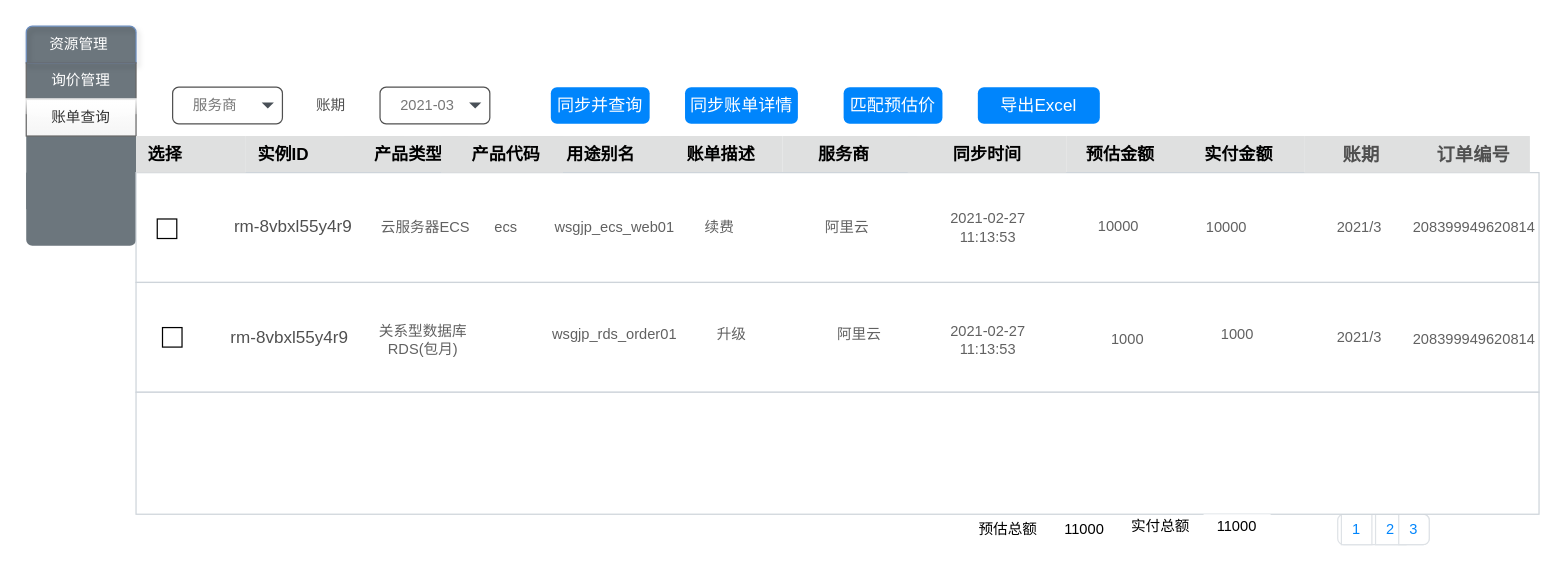
Before: page "账单查询" (3 of 10) of 阿里云交易.drawio in mashifei/uml, a draw.io diagram. Source tidied: cells renumbered, new cells numbered last; positions are measured from the earlier drawing's top-left corner, leaving out a move shared by most shapes. Both pictures are drawn from the tidied source at 122%, with x=0, y=0 at pixel (26, 26).
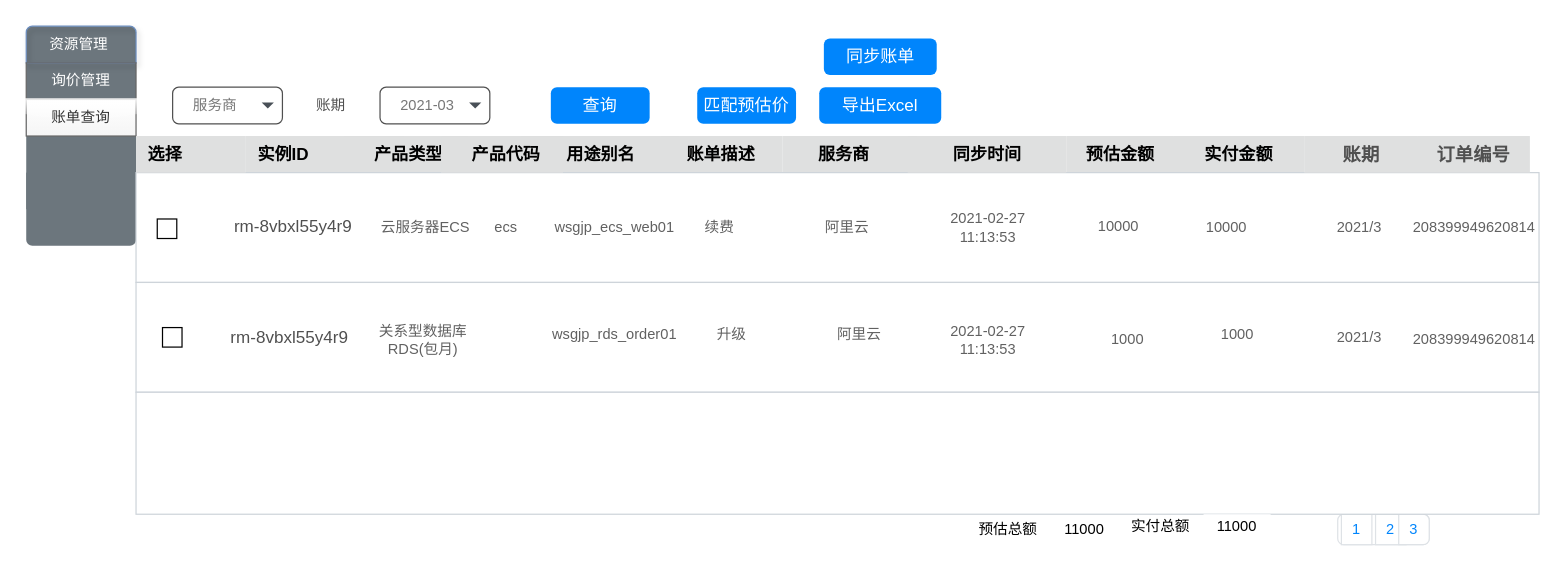
The same page after the edit.

Commit message:
更新阿里云交易.drawio

What changed in the source:
```diff
@@
-    <mxCell id="57" value="同步并查询" style="html=1;shadow=0;dashed=0;shape=mxgraph.bootstrap.rrect;rSize=5;strokeColor=none;strokeWidth=1;fillColor=#0085FC;fontColor=#FFFFFF;whiteSpace=wrap;align=center;verticalAlign=middle;spacingLeft=0;fontStyle=0;fontSize=14;spacing=5;rounded=0;sketch=0;" parent="1" vertex="1">
+    <mxCell id="57" value="查询" style="html=1;shadow=0;dashed=0;shape=mxgraph.bootstrap.rrect;rSize=5;strokeColor=none;strokeWidth=1;fillColor=#0085FC;fontColor=#FFFFFF;whiteSpace=wrap;align=center;verticalAlign=middle;spacingLeft=0;fontStyle=0;fontSize=14;spacing=5;rounded=0;sketch=0;" parent="1" vertex="1">
       <mxGeometry x="430" y="50" width="81" height="30" as="geometry" />
     </mxCell>
     <mxCell id="58" value="匹配预估价" style="html=1;shadow=0;dashed=0;shape=mxgraph.bootstrap.rrect;rSize=5;strokeColor=none;strokeWidth=1;fillColor=#0085FC;fontColor=#FFFFFF;whiteSpace=wrap;align=center;verticalAlign=middle;spacingLeft=0;fontStyle=0;fontSize=14;spacing=5;rounded=0;sketch=0;" parent="1" vertex="1">
-      <mxGeometry x="670" y="50" width="81" height="30" as="geometry" />
+      <mxGeometry x="550" y="50" width="81" height="30" as="geometry" />
     </mxCell>
     <mxCell id="59" value="导出Excel" style="html=1;shadow=0;dashed=0;shape=mxgraph.bootstrap.rrect;rSize=5;strokeColor=none;strokeWidth=1;fillColor=#0085FC;fontColor=#FFFFFF;whiteSpace=wrap;align=center;verticalAlign=middle;spacingLeft=0;fontStyle=0;fontSize=14;spacing=5;rounded=0;sketch=0;" parent="1" vertex="1">
-      <mxGeometry x="780" y="50" width="100" height="30" as="geometry" />
+      <mxGeometry x="650" y="50" width="100" height="30" as="geometry" />
     </mxCell>
-    <mxCell id="60" value="同步账单详情" style="html=1;shadow=0;dashed=0;shape=mxgraph.bootstrap.rrect;rSize=5;strokeColor=none;strokeWidth=1;fillColor=#0085FC;fontColor=#FFFFFF;whiteSpace=wrap;align=center;verticalAlign=middle;spacingLeft=0;fontStyle=0;fontSize=14;spacing=5;rounded=0;sketch=0;" parent="1" vertex="1">
-      <mxGeometry x="540" y="50" width="92.5" height="30" as="geometry" />
+    <mxCell id="60" value="同步账单" style="html=1;shadow=0;dashed=0;shape=mxgraph.bootstrap.rrect;rSize=5;strokeColor=none;strokeWidth=1;fillColor=#0085FC;fontColor=#FFFFFF;whiteSpace=wrap;align=center;verticalAlign=middle;spacingLeft=0;fontStyle=0;fontSize=14;spacing=5;rounded=0;sketch=0;" parent="1" vertex="1">
+      <mxGeometry x="653.8" y="10" width="92.5" height="30" as="geometry" />
     </mxCell>
```
